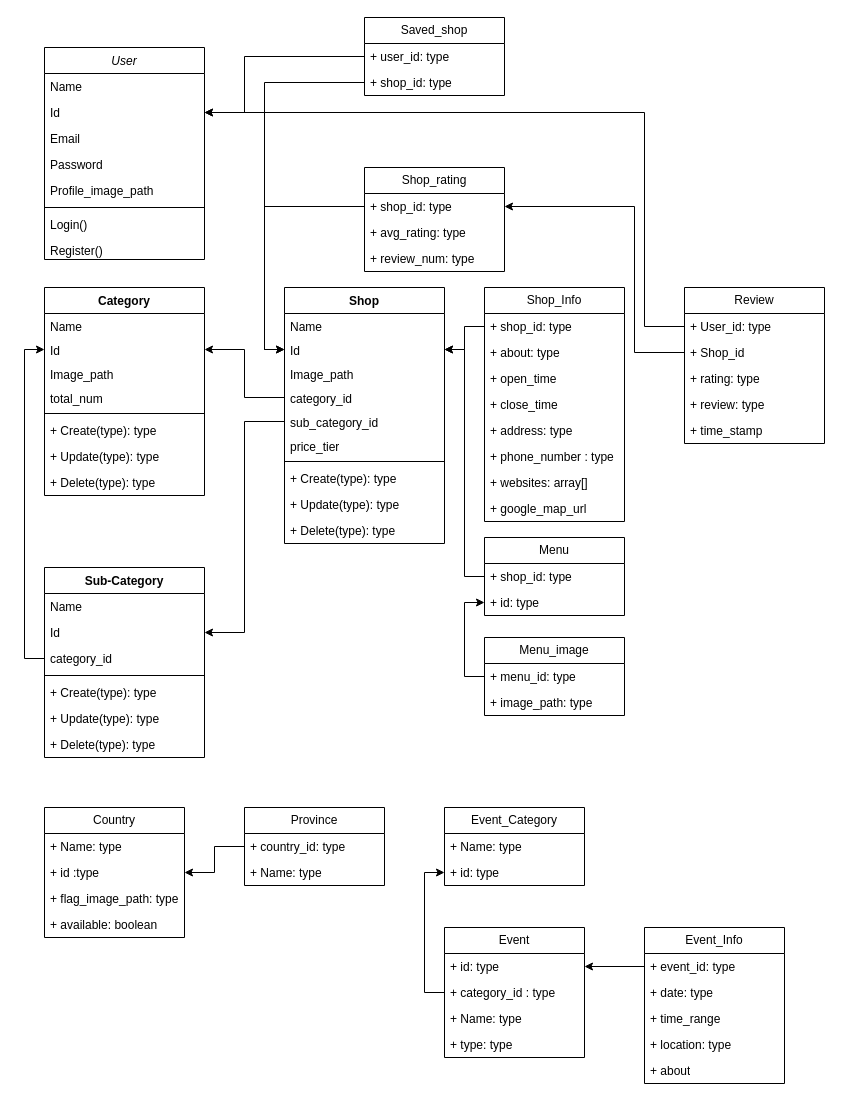
The draw.io diagram Untitled Diagram.drawio in KhantThiha/burma_connect, before the edit. Source tidied: cells renumbered, new cells numbered last; positions are measured from the earlier drawing's top-left corner, leaving out a move shared by most shapes. Both pictures are drawn from the tidied source at 100%, with x=0, y=0 at pixel (44, 17).
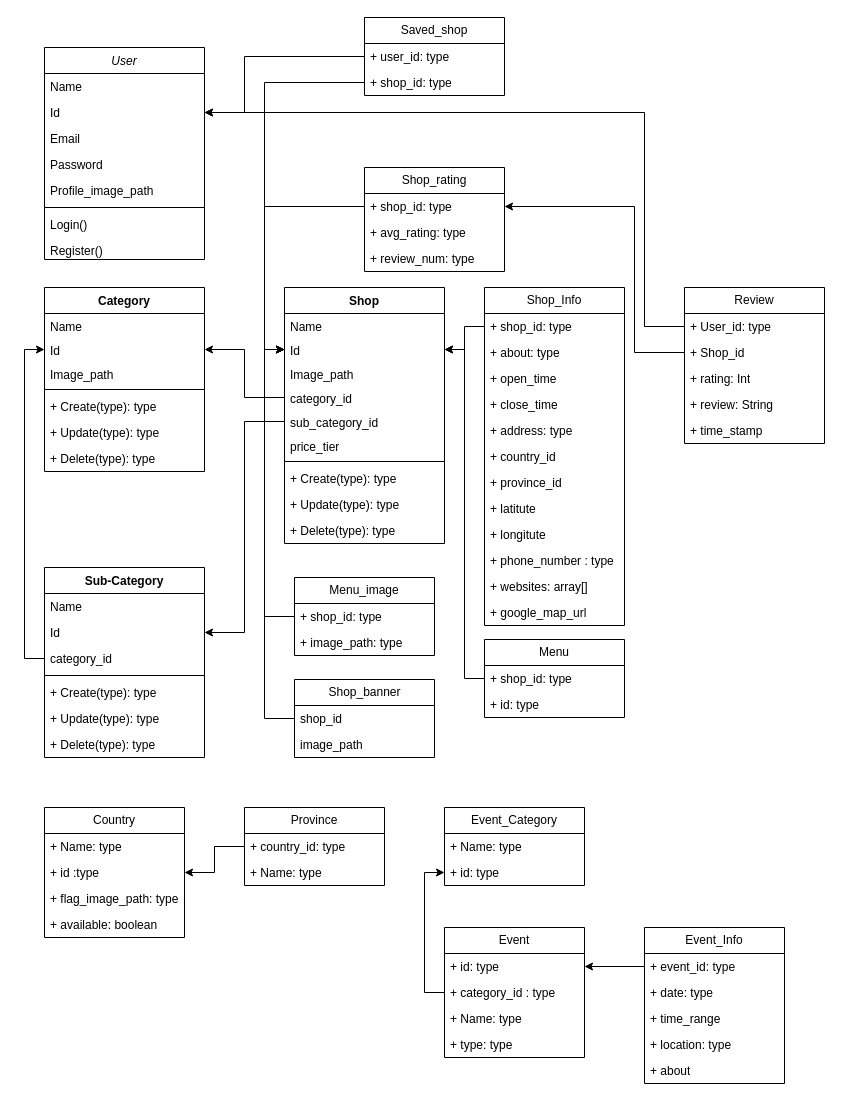
Above is the later version.

Unchanged cells that the change refers to:
```xml
<mxCell id="29" value="Shop" style="swimlane;align=center;verticalAlign=top;horizontal=1;startSize=26;whiteSpace=wrap;html=1;" parent="1" vertex="1">
  <mxGeometry x="240" y="270" width="160" height="256" as="geometry" />
</mxCell>
<mxCell id="31" value="Id&amp;nbsp;" style="text;strokeColor=none;fillColor=none;align=left;verticalAlign=top;spacingLeft=4;spacingRight=4;overflow=hidden;points=[[0,0.5],[1,0.5]];portConstraint=eastwest;whiteSpace=wrap;html=1;" parent="29" vertex="1">
  <mxGeometry y="50" width="160" height="24" as="geometry" />
</mxCell>
<mxCell id="54" value="+ id: type" style="text;strokeColor=none;fillColor=none;align=left;verticalAlign=top;spacingLeft=4;spacingRight=4;overflow=hidden;points=[[0,0.5],[1,0.5]];portConstraint=eastwest;whiteSpace=wrap;html=1;" parent="52" vertex="1">
  <mxGeometry y="52" width="140" height="26" as="geometry" />
</mxCell>
<mxCell id="60" value="Review" style="swimlane;fontStyle=0;horizontal=1;startSize=26;fillColor=none;whiteSpace=wrap;html=1;" parent="1" vertex="1">
  <mxGeometry x="640" y="270" width="140" height="156" as="geometry" />
</mxCell>
```

Change to the diagram source:
```diff
@@
     <mxCell id="11" value="Category" style="swimlane;align=center;verticalAlign=top;horizontal=1;startSize=26;whiteSpace=wrap;html=1;" parent="1" vertex="1">
-      <mxGeometry y="270" width="160" height="208" as="geometry" />
+      <mxGeometry y="270" width="160" height="184" as="geometry" />
     </mxCell>
@@
-    <mxCell id="15" value="total_num" style="text;strokeColor=none;fillColor=none;align=left;verticalAlign=top;spacingLeft=4;spacingRight=4;overflow=hidden;whiteSpace=wrap;html=1;" parent="11" vertex="1">
-      <mxGeometry y="98" width="160" height="24" as="geometry" />
-    </mxCell>
     <mxCell id="16" style="line;strokeWidth=1;fillColor=none;align=left;verticalAlign=middle;spacingTop=-1;spacingLeft=3;spacingRight=3;labelPosition=right;strokeColor=inherit;" parent="11" vertex="1">
-      <mxGeometry y="122" width="160" height="8" as="geometry" />
+      <mxGeometry y="98" width="160" height="8" as="geometry" />
     </mxCell>
     <mxCell id="17" value="+ Create(type): type" style="text;strokeColor=none;fillColor=none;align=left;verticalAlign=top;spacingLeft=4;spacingRight=4;overflow=hidden;whiteSpace=wrap;html=1;" parent="11" vertex="1">
-      <mxGeometry y="130" width="160" height="26" as="geometry" />
+      <mxGeometry y="106" width="160" height="26" as="geometry" />
     </mxCell>
     <mxCell id="18" value="+ Update(type): type" style="text;strokeColor=none;fillColor=none;align=left;verticalAlign=top;spacingLeft=4;spacingRight=4;overflow=hidden;whiteSpace=wrap;html=1;" parent="11" vertex="1">
-      <mxGeometry y="156" width="160" height="26" as="geometry" />
+      <mxGeometry y="132" width="160" height="26" as="geometry" />
     </mxCell>
     <mxCell id="19" value="+ Delete(type): type" style="text;strokeColor=none;fillColor=none;align=left;verticalAlign=top;spacingLeft=4;spacingRight=4;overflow=hidden;whiteSpace=wrap;html=1;" parent="11" vertex="1">
-      <mxGeometry y="182" width="160" height="26" as="geometry" />
+      <mxGeometry y="158" width="160" height="26" as="geometry" />
     </mxCell>
@@
-    <mxCell id="33" value="category_id" style="text;strokeColor=none;fillColor=none;align=left;verticalAlign=top;spacingLeft=4;spacingRight=4;overflow=hidden;points=[[0,0.5],[1,0.5]];portConstraint=eastwest;whiteSpace=wrap;html=1;" parent="29" vertex="1">
+    <mxCell id="33" value="category_id&amp;nbsp;" style="text;strokeColor=none;fillColor=none;align=left;verticalAlign=top;spacingLeft=4;spacingRight=4;overflow=hidden;points=[[0,0.5],[1,0.5]];portConstraint=eastwest;whiteSpace=wrap;html=1;" parent="29" vertex="1">
       <mxGeometry y="98" width="160" height="24" as="geometry" />
     </mxCell>
-    <mxCell id="34" value="sub_category_id" style="text;strokeColor=none;fillColor=none;align=left;verticalAlign=top;spacingLeft=4;spacingRight=4;overflow=hidden;points=[[0,0.5],[1,0.5]];portConstraint=eastwest;whiteSpace=wrap;html=1;" parent="29" vertex="1">
+    <mxCell id="34" value="sub_category_id&amp;nbsp;" style="text;strokeColor=none;fillColor=none;align=left;verticalAlign=top;spacingLeft=4;spacingRight=4;overflow=hidden;points=[[0,0.5],[1,0.5]];portConstraint=eastwest;whiteSpace=wrap;html=1;" parent="29" vertex="1">
       <mxGeometry y="122" width="160" height="24" as="geometry" />
     </mxCell>
@@
     <mxCell id="42" value="Shop_Info" style="swimlane;fontStyle=0;horizontal=1;startSize=26;fillColor=none;whiteSpace=wrap;html=1;" parent="1" vertex="1">
-      <mxGeometry x="440" y="270" width="140" height="234" as="geometry" />
+      <mxGeometry x="440" y="270" width="140" height="338" as="geometry" />
     </mxCell>
@@
+    <mxCell id="103" value="+ country_id&amp;nbsp;" style="text;strokeColor=none;fillColor=none;align=left;verticalAlign=top;spacingLeft=4;spacingRight=4;overflow=hidden;whiteSpace=wrap;html=1;" parent="42" vertex="1">
+      <mxGeometry y="156" width="140" height="26" as="geometry" />
+    </mxCell>
+    <mxCell id="104" value="+ province_id&amp;nbsp;" style="text;strokeColor=none;fillColor=none;align=left;verticalAlign=top;spacingLeft=4;spacingRight=4;overflow=hidden;whiteSpace=wrap;html=1;" parent="42" vertex="1">
+      <mxGeometry y="182" width="140" height="26" as="geometry" />
+    </mxCell>
+    <mxCell id="105" value="+ latitute" style="text;strokeColor=none;fillColor=none;align=left;verticalAlign=top;spacingLeft=4;spacingRight=4;overflow=hidden;whiteSpace=wrap;html=1;" parent="42" vertex="1">
+      <mxGeometry y="208" width="140" height="26" as="geometry" />
+    </mxCell>
+    <mxCell id="106" value="+ longitute" style="text;strokeColor=none;fillColor=none;align=left;verticalAlign=top;spacingLeft=4;spacingRight=4;overflow=hidden;whiteSpace=wrap;html=1;" parent="42" vertex="1">
+      <mxGeometry y="234" width="140" height="26" as="geometry" />
+    </mxCell>
     <mxCell id="48" value="+ phone_number : type" style="text;strokeColor=none;fillColor=none;align=left;verticalAlign=top;spacingLeft=4;spacingRight=4;overflow=hidden;whiteSpace=wrap;html=1;" parent="42" vertex="1">
-      <mxGeometry y="156" width="140" height="26" as="geometry" />
+      <mxGeometry y="260" width="140" height="26" as="geometry" />
     </mxCell>
     <mxCell id="49" value="+ websites: array[]" style="text;strokeColor=none;fillColor=none;align=left;verticalAlign=top;spacingLeft=4;spacingRight=4;overflow=hidden;whiteSpace=wrap;html=1;" parent="42" vertex="1">
-      <mxGeometry y="182" width="140" height="26" as="geometry" />
+      <mxGeometry y="286" width="140" height="26" as="geometry" />
     </mxCell>
     <mxCell id="50" value="+ google_map_url&amp;nbsp;" style="text;strokeColor=none;fillColor=none;align=left;verticalAlign=top;spacingLeft=4;spacingRight=4;overflow=hidden;whiteSpace=wrap;html=1;" parent="42" vertex="1">
-      <mxGeometry y="208" width="140" height="26" as="geometry" />
+      <mxGeometry y="312" width="140" height="26" as="geometry" />
     </mxCell>
@@
     <mxCell id="52" value="Menu" style="swimlane;fontStyle=0;horizontal=1;startSize=26;fillColor=none;whiteSpace=wrap;html=1;" parent="1" vertex="1">
-      <mxGeometry x="440" y="520" width="140" height="78" as="geometry" />
+      <mxGeometry x="440" y="622" width="140" height="78" as="geometry" />
     </mxCell>
@@
     <mxCell id="56" value="Menu_image" style="swimlane;fontStyle=0;horizontal=1;startSize=26;fillColor=none;whiteSpace=wrap;html=1;" parent="1" vertex="1">
-      <mxGeometry x="440" y="620" width="140" height="78" as="geometry" />
+      <mxGeometry x="250" y="560" width="140" height="78" as="geometry" />
     </mxCell>
-    <mxCell id="57" value="+ menu_id: type" style="text;strokeColor=none;fillColor=none;align=left;verticalAlign=top;spacingLeft=4;spacingRight=4;overflow=hidden;points=[[0,0.5],[1,0.5]];portConstraint=eastwest;whiteSpace=wrap;html=1;" parent="56" vertex="1">
+    <mxCell id="57" value="+ shop_id: type" style="text;strokeColor=none;fillColor=none;align=left;verticalAlign=top;spacingLeft=4;spacingRight=4;overflow=hidden;points=[[0,0.5],[1,0.5]];portConstraint=eastwest;whiteSpace=wrap;html=1;" parent="56" vertex="1">
       <mxGeometry y="26" width="140" height="26" as="geometry" />
     </mxCell>
@@
-    <mxCell id="59" style="edgeStyle=orthogonalEdgeStyle;rounded=0;jettySize=auto;html=1;entryX=0;entryY=0.5;entryDx=0;entryDy=0;" parent="1" edge="1" source="57" target="54">
-      <mxGeometry relative="1" as="geometry" />
-    </mxCell>
@@
-    <mxCell id="63" value="+ rating: type" style="text;strokeColor=none;fillColor=none;align=left;verticalAlign=top;spacingLeft=4;spacingRight=4;overflow=hidden;whiteSpace=wrap;html=1;" parent="60" vertex="1">
+    <mxCell id="63" value="+ rating: Int" style="text;strokeColor=none;fillColor=none;align=left;verticalAlign=top;spacingLeft=4;spacingRight=4;overflow=hidden;whiteSpace=wrap;html=1;" parent="60" vertex="1">
       <mxGeometry y="78" width="140" height="26" as="geometry" />
     </mxCell>
-    <mxCell id="64" value="+ review: type" style="text;strokeColor=none;fillColor=none;align=left;verticalAlign=top;spacingLeft=4;spacingRight=4;overflow=hidden;whiteSpace=wrap;html=1;" parent="60" vertex="1">
+    <mxCell id="64" value="+ review: String" style="text;strokeColor=none;fillColor=none;align=left;verticalAlign=top;spacingLeft=4;spacingRight=4;overflow=hidden;whiteSpace=wrap;html=1;" parent="60" vertex="1">
       <mxGeometry y="104" width="140" height="26" as="geometry" />
     </mxCell>
@@
+    <mxCell id="107" style="edgeStyle=orthogonalEdgeStyle;rounded=0;jettySize=auto;html=1;entryX=0;entryY=0.5;entryDx=0;entryDy=0;" parent="1" edge="1" source="57" target="31">
+      <mxGeometry relative="1" as="geometry" />
+    </mxCell>
+    <mxCell id="108" value="Shop_banner" style="swimlane;fontStyle=0;horizontal=1;startSize=26;fillColor=none;html=1;" parent="1" vertex="1">
+      <mxGeometry x="250" y="662" width="140" height="78" as="geometry" />
+    </mxCell>
+    <mxCell id="109" value="shop_id" style="text;strokeColor=none;fillColor=none;align=left;verticalAlign=top;spacingLeft=4;spacingRight=4;overflow=hidden;points=[[0,0.5],[1,0.5]];portConstraint=eastwest;whiteSpace=wrap;html=1;" parent="108" vertex="1">
+      <mxGeometry y="26" width="140" height="26" as="geometry" />
+    </mxCell>
+    <mxCell id="110" value="image_path" style="text;strokeColor=none;fillColor=none;align=left;verticalAlign=top;spacingLeft=4;spacingRight=4;overflow=hidden;whiteSpace=wrap;html=1;" parent="108" vertex="1">
+      <mxGeometry y="52" width="140" height="26" as="geometry" />
+    </mxCell>
+    <mxCell id="111" style="edgeStyle=orthogonalEdgeStyle;rounded=0;jettySize=auto;html=1;entryX=0;entryY=0.5;entryDx=0;entryDy=0;" parent="1" edge="1" source="109" target="31">
+      <mxGeometry relative="1" as="geometry" />
+    </mxCell>
```
